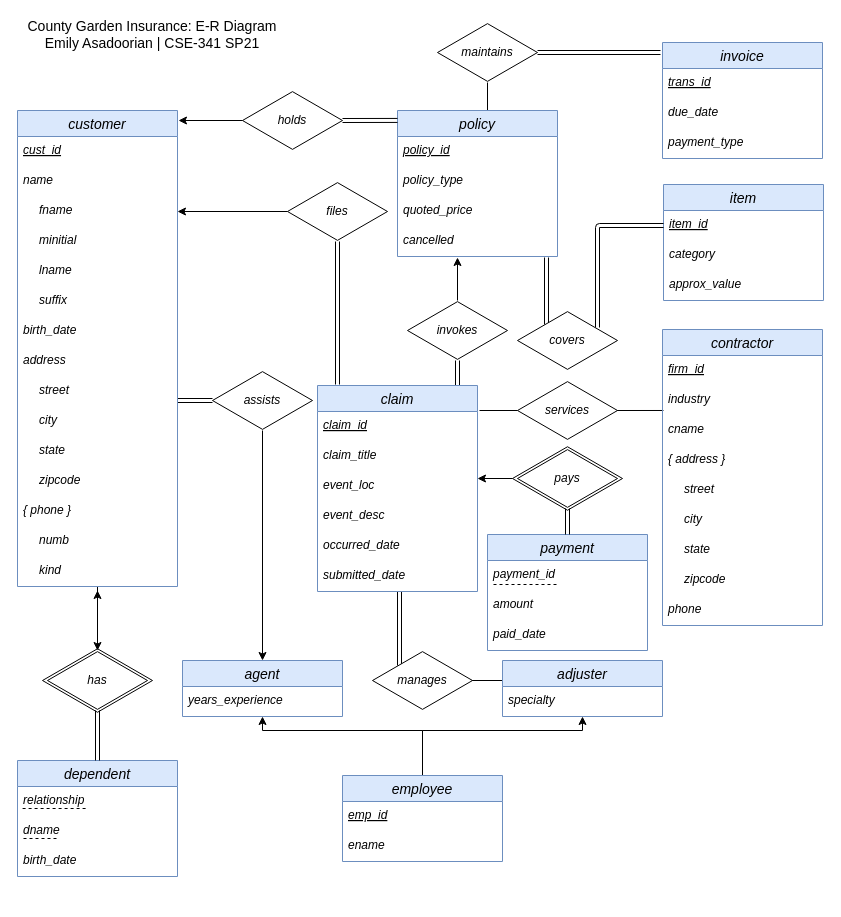
This is ER_Diagram/DrawIO/Asadoorian_ERD.drawio from ema323-lehigh/county-garden, a draw.io file, before an edit. Source tidied: cells renumbered, new cells numbered last; positions are measured from the earlier drawing's top-left corner, leaving out a move shared by most shapes. Both pictures are drawn from the tidied source at 100%, with x=0, y=0 at pixel (17, 22).
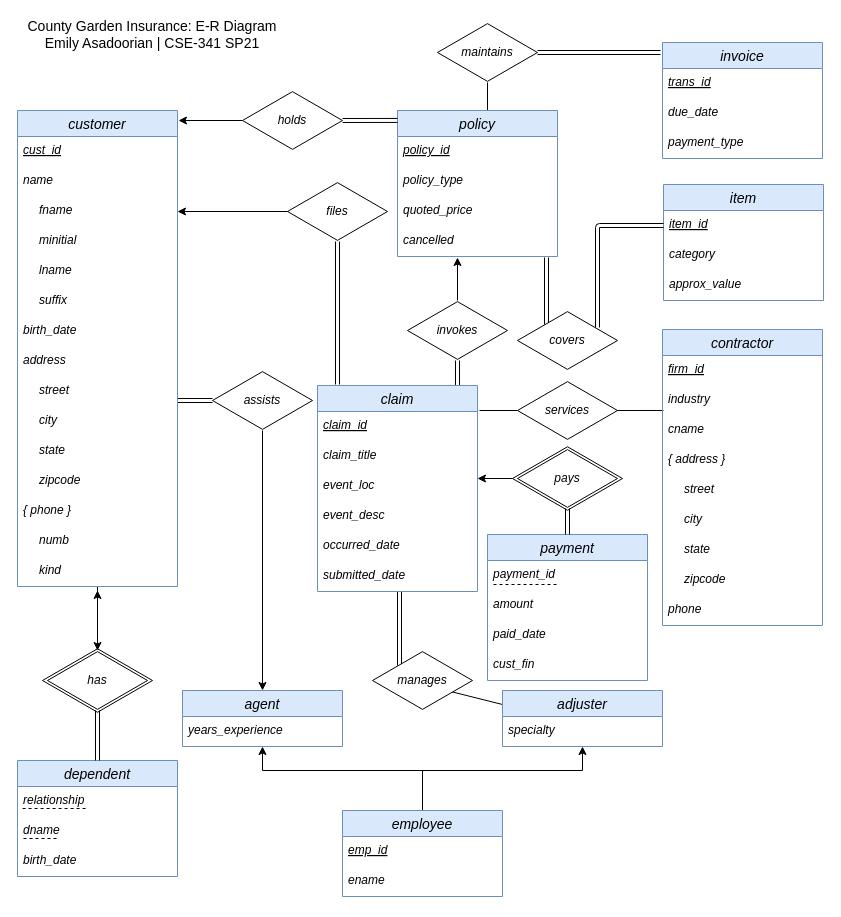
After the change.

Unchanged cells that the change refers to:
```xml
<mxCell id="41" value="&lt;i&gt;manages&lt;/i&gt;" style="html=1;whiteSpace=wrap;shape=isoRectangle;" parent="1" vertex="1">
  <mxGeometry x="355" y="628" width="100" height="60" as="geometry" />
</mxCell>
```

Change to the diagram source:
```diff
@@
-    <mxCell id="7" style="endArrow=none;html=1;exitX=0.98;exitY=0.5;exitDx=0;exitDy=0;exitPerimeter=0;" parent="1" edge="1" source="41">
-      <mxGeometry relative="1" as="geometry">
-        <mxPoint x="485" y="658" as="targetPoint" />
-      </mxGeometry>
+    <mxCell id="7" style="endArrow=none;html=1;exitX=0.78;exitY=0.683;exitDx=0;exitDy=0;exitPerimeter=0;entryX=0;entryY=0.25;entryDx=0;entryDy=0;" parent="1" edge="1" source="41" target="19">
+      <mxGeometry relative="1" as="geometry" />
     </mxCell>
@@
     <mxCell id="12" value="agent" style="swimlane;fontStyle=2;horizontal=1;startSize=26;align=center;fontSize=14;fillColor=#dae8fc;strokeColor=#6c8ebf;" parent="1" vertex="1">
-      <mxGeometry x="165" y="638" width="160" height="56" as="geometry" />
+      <mxGeometry x="165" y="668" width="160" height="56" as="geometry" />
     </mxCell>
@@
     <mxCell id="14" style="edgeStyle=orthogonalEdgeStyle;rounded=0;jettySize=auto;html=1;exitX=0.5;exitY=0;exitDx=0;exitDy=0;entryX=0.5;entryY=1;entryDx=0;entryDy=0;fontFamily=Comic Sans MS;fontSize=14;" parent="1" edge="1" source="16" target="12">
       <mxGeometry relative="1" as="geometry">
         <Array as="points">
-          <mxPoint x="405" y="708" />
-          <mxPoint x="245" y="708" />
+          <mxPoint x="405" y="748" />
+          <mxPoint x="245" y="748" />
         </Array>
       </mxGeometry>
     </mxCell>
     <mxCell id="15" style="edgeStyle=orthogonalEdgeStyle;rounded=0;jettySize=auto;html=1;exitX=0.5;exitY=0;exitDx=0;exitDy=0;entryX=0.5;entryY=1;entryDx=0;entryDy=0;fontFamily=Comic Sans MS;fontSize=14;" parent="1" edge="1" source="16" target="19">
       <mxGeometry relative="1" as="geometry">
         <Array as="points">
-          <mxPoint x="405" y="708" />
-          <mxPoint x="565" y="708" />
+          <mxPoint x="405" y="748" />
+          <mxPoint x="565" y="748" />
         </Array>
       </mxGeometry>
     </mxCell>
     <mxCell id="16" value="employee" style="swimlane;fontStyle=2;horizontal=1;startSize=26;align=center;fontSize=14;fillColor=#dae8fc;strokeColor=#6c8ebf;" parent="1" vertex="1">
-      <mxGeometry x="325" y="753" width="160" height="86" as="geometry" />
+      <mxGeometry x="325" y="788" width="160" height="86" as="geometry" />
     </mxCell>
@@
     <mxCell id="19" value="adjuster" style="swimlane;fontStyle=2;horizontal=1;startSize=26;align=center;fontSize=14;fillColor=#dae8fc;strokeColor=#6c8ebf;" parent="1" vertex="1">
-      <mxGeometry x="485" y="638" width="160" height="56" as="geometry" />
+      <mxGeometry x="485" y="668" width="160" height="56" as="geometry" />
     </mxCell>
@@
     <mxCell id="93" value="payment" style="swimlane;fontStyle=2;horizontal=1;startSize=26;align=center;fontSize=14;fillColor=#dae8fc;strokeColor=#6c8ebf;" parent="1" vertex="1">
-      <mxGeometry x="470" y="512" width="160" height="116" as="geometry" />
+      <mxGeometry x="470" y="512" width="160" height="146" as="geometry" />
     </mxCell>
@@
+    <mxCell id="102" value="cust_fin" style="text;strokeColor=none;fillColor=none;spacingLeft=4;spacingRight=4;overflow=hidden;fontSize=12;fontStyle=2;" parent="93" vertex="1">
+      <mxGeometry y="116" width="160" height="30" as="geometry" />
+    </mxCell>
```
